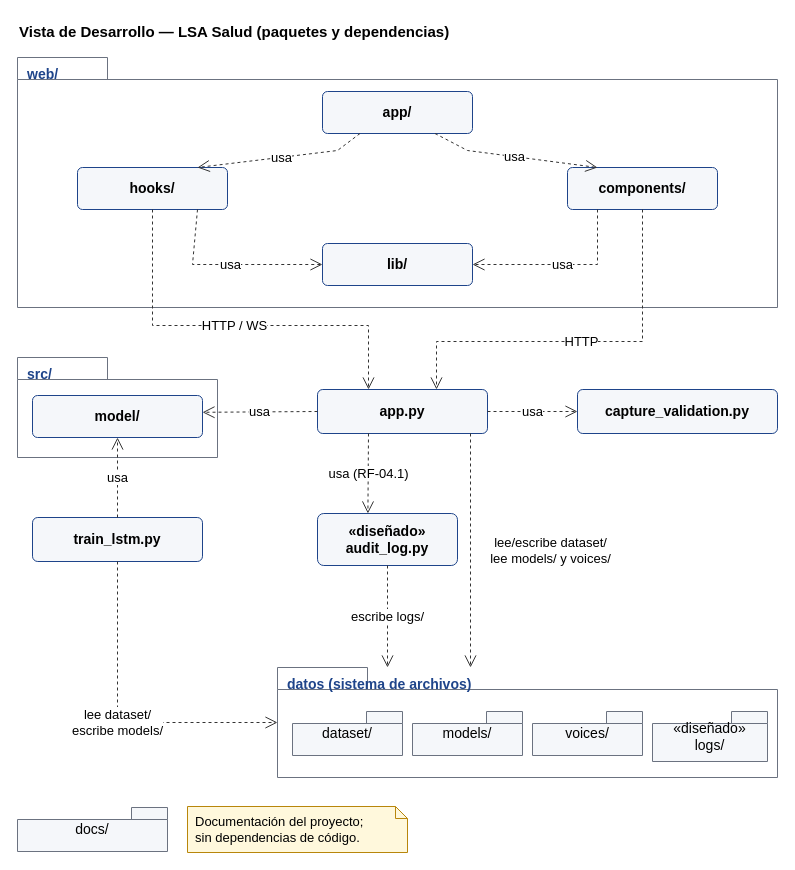
Earlier version of the draw.io diagram docs/diagramas/arquitectura/06_vista_desarrollo.drawio (santinohamada/Nexora). Source tidied: cells renumbered, new cells numbered last; positions are measured from the earlier drawing's top-left corner, leaving out a move shared by most shapes. Both pictures are drawn from the tidied source at 100%, with x=0, y=0 at pixel (17, 17).
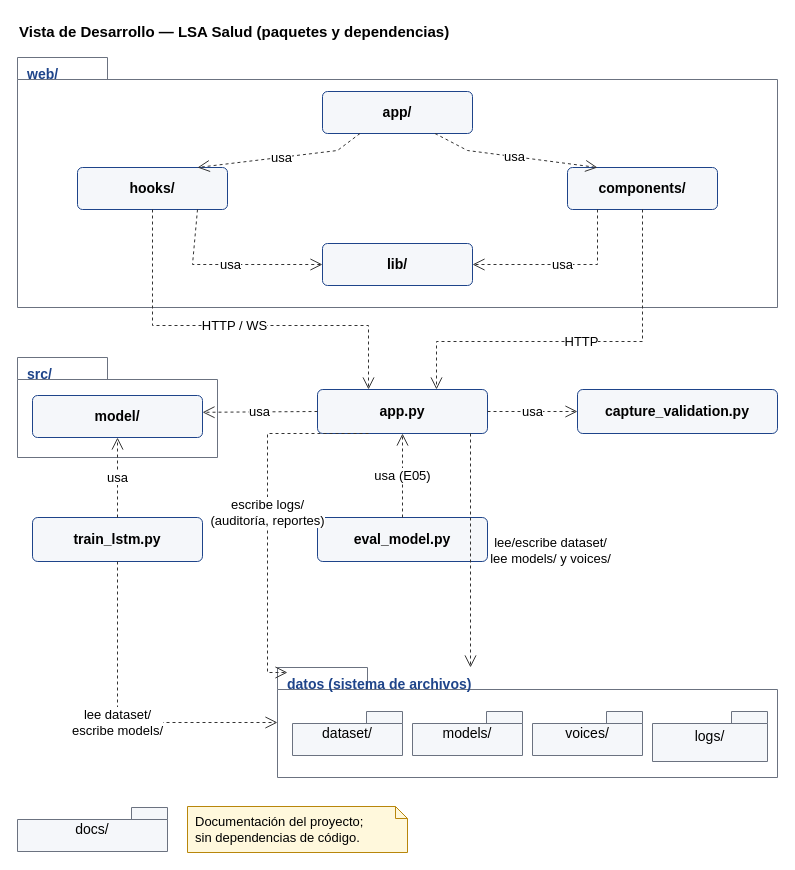
Above is the later version.

Change to the diagram source:
```diff
@@
-    <mxCell id="13" value="«diseñado»&lt;br&gt;audit_log.py" style="rounded=1;arcSize=12;html=1;whiteSpace=wrap;fillColor=#F5F7FA;strokeColor=#1E448A;fontStyle=1;fontSize=14;fontFamily=Helvetica;" parent="1" vertex="1">
-      <mxGeometry x="300" y="496" width="140" height="52" as="geometry" />
-    </mxCell>
+    <mxCell id="34" value="eval_model.py" style="rounded=1;arcSize=12;html=1;whiteSpace=wrap;fillColor=#F5F7FA;strokeColor=#1E448A;fontStyle=1;fontSize=14;fontFamily=Helvetica;" parent="1" vertex="1">
+      <mxGeometry x="300" y="500" width="170" height="44" as="geometry" />
+    </mxCell>
@@
-    <mxCell id="20" value="«diseñado»&lt;br&gt;logs/" style="shape=folder;tabWidth=36;tabHeight=12;html=1;whiteSpace=wrap;fillColor=#F5F7FA;strokeColor=#6B7280;fontSize=14;fontFamily=Helvetica;" parent="1" vertex="1">
+    <mxCell id="20" value="logs/" style="shape=folder;tabWidth=36;tabHeight=12;html=1;whiteSpace=wrap;fillColor=#F5F7FA;strokeColor=#6B7280;fontSize=14;fontFamily=Helvetica;" parent="1" vertex="1">
       <mxGeometry x="635" y="694" width="115" height="50" as="geometry" />
     </mxCell>
@@
-    <mxCell id="30" value="usa (RF-04.1)" style="endArrow=open;endSize=10;dashed=1;html=1;strokeColor=#333333;fontSize=13;fontFamily=Helvetica;labelBackgroundColor=#FFFFFF;rounded=0;" parent="1" edge="1">
+    <mxCell id="30" value="usa (E05)" style="endArrow=open;endSize=10;dashed=1;html=1;strokeColor=#333333;fontSize=13;fontFamily=Helvetica;labelBackgroundColor=#FFFFFF;rounded=0;" parent="1" edge="1">
       <mxGeometry relative="1" as="geometry">
-        <mxPoint x="351" y="416" as="sourcePoint" />
-        <mxPoint x="350.4" y="496" as="targetPoint" />
+        <mxPoint x="385" y="500" as="sourcePoint" />
+        <mxPoint x="385" y="416" as="targetPoint" />
       </mxGeometry>
     </mxCell>
@@
-    <mxCell id="32" value="escribe logs/" style="endArrow=open;endSize=10;dashed=1;html=1;strokeColor=#333333;fontSize=13;fontFamily=Helvetica;labelBackgroundColor=#FFFFFF;rounded=0;" parent="1" edge="1">
+    <mxCell id="32" value="escribe logs/&lt;br&gt;(auditoría, reportes)" style="endArrow=open;endSize=10;dashed=1;html=1;strokeColor=#333333;fontSize=13;fontFamily=Helvetica;labelBackgroundColor=#FFFFFF;rounded=0;" parent="1" edge="1">
       <mxGeometry relative="1" as="geometry">
-        <mxPoint x="370" y="548" as="sourcePoint" />
-        <mxPoint x="370" y="650" as="targetPoint" />
+        <mxPoint x="351" y="416" as="sourcePoint" />
+        <mxPoint x="270" y="655" as="targetPoint" />
+        <Array as="points">
+          <mxPoint x="250" y="416" />
+          <mxPoint x="250" y="655" />
+        </Array>
       </mxGeometry>
     </mxCell>
```
